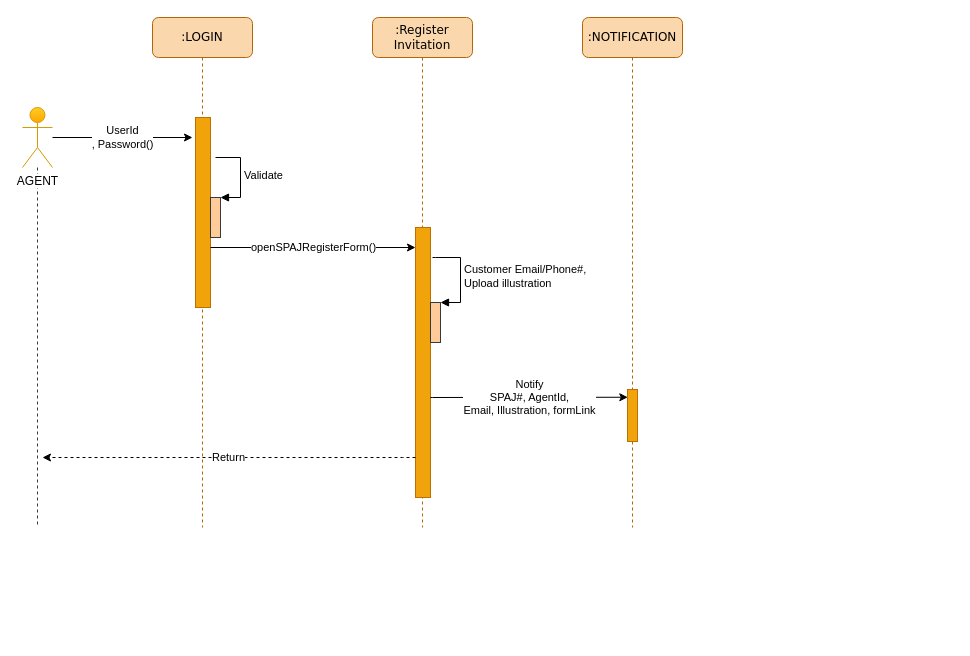
Earlier version of the draw.io diagram page "INVITE CUSTOMER" (1 of 5) of ITDEV/seqpool-reg.drawio (gustianom/hanwhaiso). Source tidied: cells renumbered, new cells numbered last; positions are measured from the earlier drawing's top-left corner, leaving out a move shared by most shapes. Both pictures are drawn from the tidied source at 100%, with x=0, y=0 at pixel (22, 17).
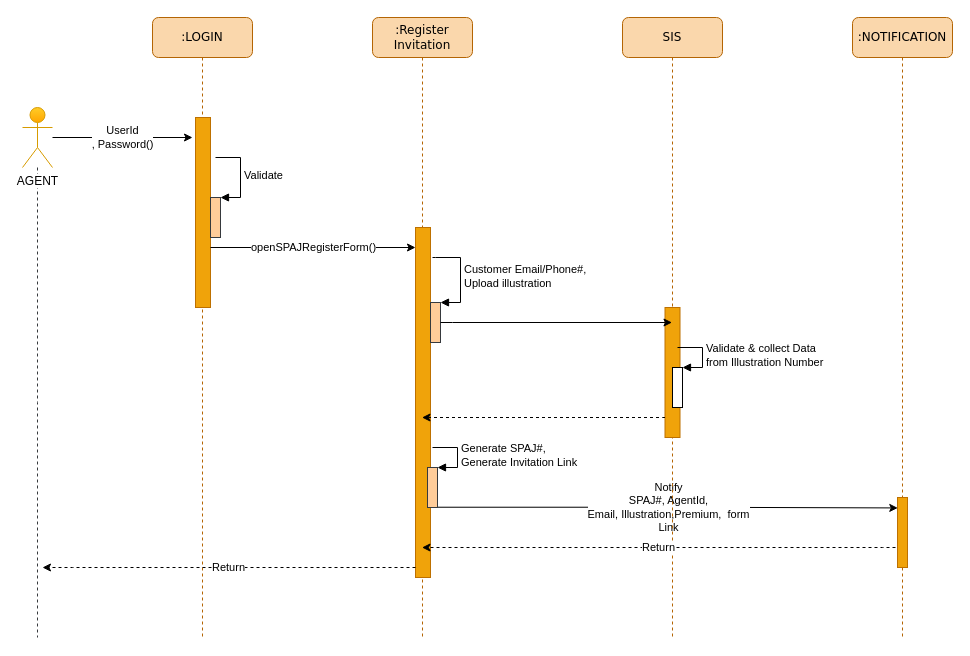
The same diagram, later.

Unchanged cells that the change refers to:
```xml
<mxCell id="4" style="html=1;points=[];perimeter=orthogonalPerimeter;fillColor=#ffcc99;strokeColor=#36393d;" parent="2" vertex="1">
  <mxGeometry x="58" y="285" width="10" height="40" as="geometry" />
</mxCell>
<mxCell id="14" value="AGENT" style="shape=umlActor;verticalLabelPosition=bottom;labelBackgroundColor=#ffffff;verticalAlign=top;html=1;outlineConnect=0;fillColor=#ffcd28;strokeColor=#d79b00;gradientColor=#ffa500;" parent="1" vertex="1">
  <mxGeometry y="90" width="30" height="60" as="geometry" />
</mxCell>
```

Change to the diagram source:
```diff
@@
     <mxCell id="2" value="&lt;div&gt;:Register&lt;/div&gt;&lt;div&gt;Invitation&lt;br&gt;&lt;/div&gt;" style="shape=umlLifeline;perimeter=lifelinePerimeter;whiteSpace=wrap;html=1;outlineConnect=0;rounded=1;shadow=0;comic=0;labelBackgroundColor=none;strokeWidth=1;fontFamily=Verdana;fontSize=12;align=center;fillColor=#fad7ac;strokeColor=#b46504;" parent="1" vertex="1">
-      <mxGeometry x="350" width="100" height="510" as="geometry" />
+      <mxGeometry x="350" width="100" height="620" as="geometry" />
     </mxCell>
     <mxCell id="3" style="html=1;points=[];perimeter=orthogonalPerimeter;rounded=0;shadow=0;comic=0;labelBackgroundColor=none;strokeWidth=1;fontFamily=Verdana;fontSize=12;align=center;fillColor=#f0a30a;strokeColor=#BD7000;fontColor=#ffffff;" parent="2" vertex="1">
-      <mxGeometry x="43" y="210" width="15" height="270" as="geometry" />
+      <mxGeometry x="43" y="210" width="15" height="350" as="geometry" />
     </mxCell>
@@
     <mxCell id="6" value=":NOTIFICATION" style="shape=umlLifeline;perimeter=lifelinePerimeter;whiteSpace=wrap;html=1;rounded=1;shadow=0;comic=0;labelBackgroundColor=none;strokeWidth=1;fontFamily=Verdana;fontSize=12;align=center;fillColor=#fad7ac;strokeColor=#b46504;" parent="1" vertex="1">
-      <mxGeometry x="560" width="100" height="510" as="geometry" />
+      <mxGeometry x="830" width="100" height="620" as="geometry" />
     </mxCell>
     <mxCell id="7" style="html=1;points=[];perimeter=orthogonalPerimeter;rounded=0;shadow=0;comic=0;labelBackgroundColor=none;strokeWidth=1;fontFamily=Verdana;fontSize=12;align=center;fillColor=#f0a30a;strokeColor=#BD7000;fontColor=#ffffff;" parent="6" vertex="1">
-      <mxGeometry x="45" y="372" width="10" height="52" as="geometry" />
+      <mxGeometry x="45" y="480" width="10" height="70" as="geometry" />
     </mxCell>
     <mxCell id="8" value=":LOGIN" style="shape=umlLifeline;perimeter=lifelinePerimeter;whiteSpace=wrap;html=1;rounded=1;shadow=0;comic=0;labelBackgroundColor=none;strokeWidth=1;fontFamily=Verdana;fontSize=12;align=center;fillColor=#fad7ac;strokeColor=#b46504;" parent="1" vertex="1">
-      <mxGeometry x="130" width="100" height="510" as="geometry" />
+      <mxGeometry x="130" width="100" height="620" as="geometry" />
     </mxCell>
@@
     <mxCell id="13" style="edgeStyle=orthogonalEdgeStyle;rounded=0;jettySize=auto;html=1;strokeColor=#36393d;endArrow=none;endFill=0;startArrow=none;startFill=0;dashed=1;fillColor=#ffcc99;" parent="1" edge="1" source="14">
       <mxGeometry relative="1" as="geometry">
-        <mxPoint x="15" y="510" as="targetPoint" />
+        <mxPoint x="15" y="620" as="targetPoint" />
       </mxGeometry>
     </mxCell>
@@
-    <mxCell id="16" value="&lt;div&gt;Notify&lt;/div&gt;&lt;div&gt;SPAJ#, AgentId, &lt;br&gt;&lt;/div&gt;&lt;div&gt;Email, Illustration, formLink&lt;br&gt;&lt;/div&gt;" style="edgeStyle=elbowEdgeStyle;rounded=0;jettySize=auto;html=1;entryX=0.029;entryY=0.149;entryDx=0;entryDy=0;entryPerimeter=0;" parent="1" edge="1" source="3" target="7">
+    <mxCell id="16" value="&lt;div&gt;Notify&lt;/div&gt;&lt;div&gt;SPAJ#, AgentId, &lt;br&gt;&lt;/div&gt;&lt;div&gt;Email, Illustration,Premium,&amp;nbsp; form &lt;br&gt;&lt;/div&gt;&lt;div&gt;Link&lt;br&gt;&lt;/div&gt;" style="edgeStyle=elbowEdgeStyle;rounded=0;jettySize=auto;html=1;entryX=0.029;entryY=0.149;entryDx=0;entryDy=0;entryPerimeter=0;exitX=0.971;exitY=0.993;exitDx=0;exitDy=0;exitPerimeter=0;" parent="1" edge="1" source="24" target="7">
       <mxGeometry relative="1" as="geometry">
         <Array as="points">
-          <mxPoint x="410" y="380" />
+          <mxPoint x="650" y="480" />
           <mxPoint x="430" y="380" />
         </Array>
       </mxGeometry>
     </mxCell>
     <mxCell id="17" value="Return" style="edgeStyle=elbowEdgeStyle;rounded=0;jettySize=auto;html=1;dashed=1;" parent="1" edge="1" source="3">
       <mxGeometry relative="1" as="geometry">
-        <mxPoint x="20" y="440" as="targetPoint" />
+        <mxPoint x="20" y="550" as="targetPoint" />
         <Array as="points">
+          <mxPoint x="50" y="550" />
+          <mxPoint x="120" y="550" />
+          <mxPoint x="270" y="550" />
           <mxPoint x="380" y="440" />
           <mxPoint x="410" y="380" />
           <mxPoint x="430" y="380" />
         </Array>
       </mxGeometry>
     </mxCell>
+    <mxCell id="18" value="SIS" style="shape=umlLifeline;perimeter=lifelinePerimeter;whiteSpace=wrap;html=1;outlineConnect=0;rounded=1;shadow=0;comic=0;labelBackgroundColor=none;strokeWidth=1;fontFamily=Verdana;fontSize=12;align=center;fillColor=#fad7ac;strokeColor=#b46504;" parent="1" vertex="1">
+      <mxGeometry x="600" width="100" height="620" as="geometry" />
+    </mxCell>
+    <mxCell id="19" style="html=1;points=[];perimeter=orthogonalPerimeter;rounded=0;shadow=0;comic=0;labelBackgroundColor=none;strokeWidth=1;fontFamily=Verdana;fontSize=12;align=center;fillColor=#f0a30a;strokeColor=#BD7000;fontColor=#ffffff;" parent="18" vertex="1">
+      <mxGeometry x="42.5" y="290" width="15" height="130" as="geometry" />
+    </mxCell>
+    <mxCell id="20" style="html=1;points=[];perimeter=orthogonalPerimeter;" parent="18" vertex="1">
+      <mxGeometry x="50" y="350" width="10" height="40" as="geometry" />
+    </mxCell>
+    <mxCell id="21" value="&lt;div&gt;Validate &amp;amp; collect Data &lt;br&gt;&lt;/div&gt;&lt;div&gt;from Illustration Number&lt;/div&gt;" style="edgeStyle=orthogonalEdgeStyle;html=1;align=left;spacingLeft=2;endArrow=block;rounded=0;entryX=1;entryY=0;" parent="18" edge="1" target="20">
+      <mxGeometry relative="1" as="geometry">
+        <mxPoint x="55" y="330" as="sourcePoint" />
+        <Array as="points">
+          <mxPoint x="80" y="330" />
+        </Array>
+      </mxGeometry>
+    </mxCell>
+    <mxCell id="22" style="edgeStyle=orthogonalEdgeStyle;rounded=0;jettySize=auto;html=1;" parent="1" edge="1" source="4" target="18">
+      <mxGeometry relative="1" as="geometry">
+        <Array as="points">
+          <mxPoint x="430" y="305" />
+          <mxPoint x="430" y="305" />
+        </Array>
+      </mxGeometry>
+    </mxCell>
+    <mxCell id="23" style="edgeStyle=elbowEdgeStyle;rounded=0;jettySize=auto;html=1;dashed=1;" parent="1" edge="1" source="19" target="2">
+      <mxGeometry relative="1" as="geometry">
+        <Array as="points">
+          <mxPoint x="640" y="400" />
+          <mxPoint x="610" y="400" />
+          <mxPoint x="540" y="400" />
+          <mxPoint x="390" y="450" />
+          <mxPoint x="420" y="390" />
+          <mxPoint x="440" y="390" />
+        </Array>
+      </mxGeometry>
+    </mxCell>
+    <mxCell id="24" style="html=1;points=[];perimeter=orthogonalPerimeter;fillColor=#ffcc99;strokeColor=#36393d;" parent="1" vertex="1">
+      <mxGeometry x="405" y="450" width="10" height="40" as="geometry" />
+    </mxCell>
+    <mxCell id="25" value="&lt;div&gt;Generate SPAJ#,&lt;/div&gt;&lt;div&gt;Generate Invitation Link&lt;br&gt;&lt;/div&gt;" style="edgeStyle=orthogonalEdgeStyle;html=1;align=left;spacingLeft=2;endArrow=block;rounded=0;entryX=1;entryY=0;" parent="1" edge="1" target="24">
+      <mxGeometry relative="1" as="geometry">
+        <mxPoint x="410" y="430" as="sourcePoint" />
+        <Array as="points">
+          <mxPoint x="435" y="430" />
+        </Array>
+      </mxGeometry>
+    </mxCell>
+    <mxCell id="26" value="Return" style="edgeStyle=elbowEdgeStyle;rounded=0;jettySize=auto;html=1;dashed=1;" parent="1" edge="1" target="2">
+      <mxGeometry relative="1" as="geometry">
+        <mxPoint x="873" y="530" as="sourcePoint" />
+        <Array as="points">
+          <mxPoint x="860" y="530" />
+          <mxPoint x="890" y="470" />
+          <mxPoint x="910" y="470" />
+        </Array>
+      </mxGeometry>
+    </mxCell>
```
